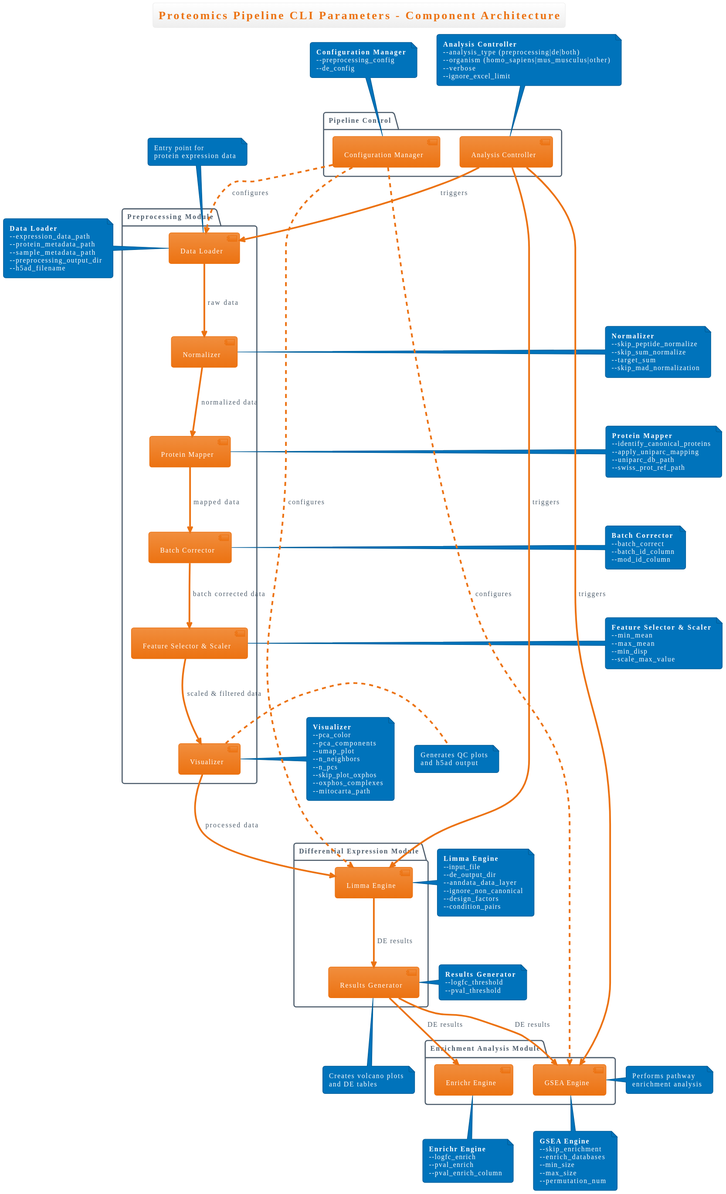
This is docs/proteomics_pipeline_flow.svg from StanislavBratchikov/omics_pipeline_documentation_public, a PlantUML export, as it was before one commit.
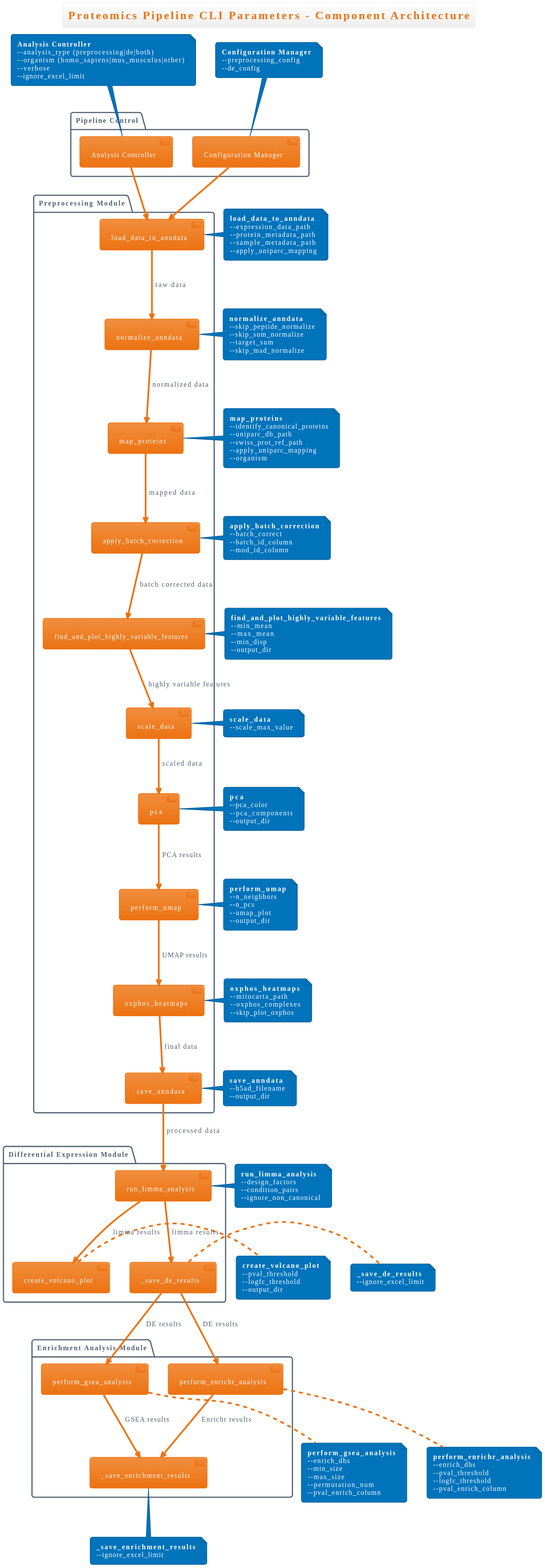
The same file after the commit.

The edit, as a diff of the source:
```diff
@@ -8,22 +8,31 @@
 }
 
 package "Preprocessing Module" {
-  component "Data Loader" as DL
-  component "Normalizer" as NORM
-  component "Protein Mapper" as PM
-  component "Batch Corrector" as BC
-  component "Feature Selector & Scaler" as FS
-  component "Visualizer" as VIZ
+  component "load_data_to_anndata" as DL
+  component "normalize_anndata" as NORM
+  component "map_proteins" as PM
+  component "apply_batch_correction" as BC
+  component "find_and_plot_highly_variable_features" as FS
+  component "scale_data" as SCALE
+  component "pca" as PCA
+  component "perform_umap" as UMAP
+  component "oxphos_heatmaps" as OXPHOS
+  component "save_anndata" as ADATA
 }
 
+AC -down-> DL
+CM -down-> DL
+
 package "Differential Expression Module" {
-  component "Limma Engine" as LIMMA
-  component "Results Generator" as RG
+  component "run_limma_analysis" as LIMMA
+  component "create_volcano_plot" as VOLCANO
+  component "_save_de_results" as saveDE
 }
 
 package "Enrichment Analysis Module" {
-  component "GSEA Engine" as GSEA
-  component "Enrichr Engine" as ENR
+  component "perform_gsea_analysis" as GSEA
+  component "perform_enrichr_analysis" as ENR
+  component "_save_enrichment_results" as saveENRICH
 }
 
 note top of AC
@@ -40,111 +49,136 @@
 --de_config
 end note
 
-note left of DL
-**Data Loader**
+note right of DL
+**load_data_to_anndata**
 --expression_data_path
 --protein_metadata_path
 --sample_metadata_path
---preprocessing_output_dir
---h5ad_filename
+--apply_uniparc_mapping
 end note
 
-note left of NORM
-**Normalizer**
+note right of NORM
+**normalize_anndata**
 --skip_peptide_normalize
 --skip_sum_normalize
 --target_sum
---skip_mad_normalization
+--skip_mad_normalize
 end note
 
 note left of PM
-**Protein Mapper**
+**map_proteins**
 --identify_canonical_proteins
---apply_uniparc_mapping
 --uniparc_db_path
 --swiss_prot_ref_path
+--apply_uniparc_mapping
+--organism
 end note
 
 note left of BC
-**Batch Corrector**
+**apply_batch_correction**
 --batch_correct
 --batch_id_column
 --mod_id_column
 end note
 
 note left of FS
-**Feature Selector & Scaler**
+**find_and_plot_highly_variable_features**
 --min_mean
 --max_mean
 --min_disp
+--output_dir
+end note
+
+note left of SCALE
+**scale_data**
 --scale_max_value
 end note
 
-note left of VIZ
-**Visualizer**
+note left of PCA
+**pca**
 --pca_color
 --pca_components
---umap_plot
+--output_dir
+end note
+
+note left of UMAP
+**perform_umap**
 --n_neighbors
 --n_pcs
+--umap_plot
+--output_dir
+end note
+
+note left of OXPHOS
+**oxphos_heatmaps**
+--mitocarta_path
+--oxphos_complexes
 --skip_plot_oxphos
---oxphos_complexes
---mitocarta_path
+end note
+
+note left of ADATA
+**save_anndata**
+--h5ad_filename
+--output_dir
 end note
 
 note right of LIMMA
-**Limma Engine**
---input_file
---de_output_dir
---anndata_data_layer
---ignore_non_canonical
+**run_limma_analysis**
 --design_factors
 --condition_pairs
+--ignore_non_canonical
 end note
 
-note right of RG
-**Results Generator**
+note right of VOLCANO
+**create_volcano_plot**
+--pval_threshold
 --logfc_threshold
---pval_threshold
+--output_dir
+end note
+
+note right of saveDE
+**_save_de_results**
+--ignore_excel_limit
 end note
 
 note bottom of GSEA
-**GSEA Engine**
---skip_enrichment
---enrich_databases
+**perform_gsea_analysis**
+--enrich_dbs
 --min_size
 --max_size
 --permutation_num
+--pval_enrich_column
 end note
 
 note bottom of ENR
-**Enrichr Engine**
---logfc_enrich
---pval_enrich
+**perform_enrichr_analysis**
+--enrich_dbs
+--pval_threshold
+--logfc_threshold
 --pval_enrich_column
 end note
 
-AC --> DL : triggers
-AC --> LIMMA : triggers
-AC --> GSEA : triggers
-
-CM ..> DL : configures
-CM ..> LIMMA : configures
-CM ..> GSEA : configures
+note bottom of saveENRICH
+**_save_enrichment_results**
+--ignore_excel_limit
+end note
 
 DL --> NORM : raw data
 NORM --> PM : normalized data
 PM --> BC : mapped data
 BC --> FS : batch corrected data
-FS --> VIZ : scaled & filtered data
-VIZ --> LIMMA : processed data
+FS --> SCALE : highly variable features
+SCALE --> PCA : scaled data
+PCA --> UMAP : PCA results
+UMAP --> OXPHOS : UMAP results
+OXPHOS --> ADATA : final data
 
-LIMMA --> RG : DE results
-RG --> GSEA : DE results
-RG --> ENR : DE results
+ADATA --> LIMMA : processed data
+LIMMA --> VOLCANO : limma results
+LIMMA --> saveDE : limma results
 
-note top of DL : Entry point for\nprotein expression data
-note right of VIZ : Generates QC plots\nand h5ad output
-note bottom of RG : Creates volcano plots\nand DE tables
-note left of GSEA : Performs pathway\nenrichment analysis
+saveDE --> GSEA : DE results
+saveDE --> ENR : DE results
+GSEA --> saveENRICH : GSEA results
+ENR --> saveENRICH : Enrichr results
 @enduml
```
